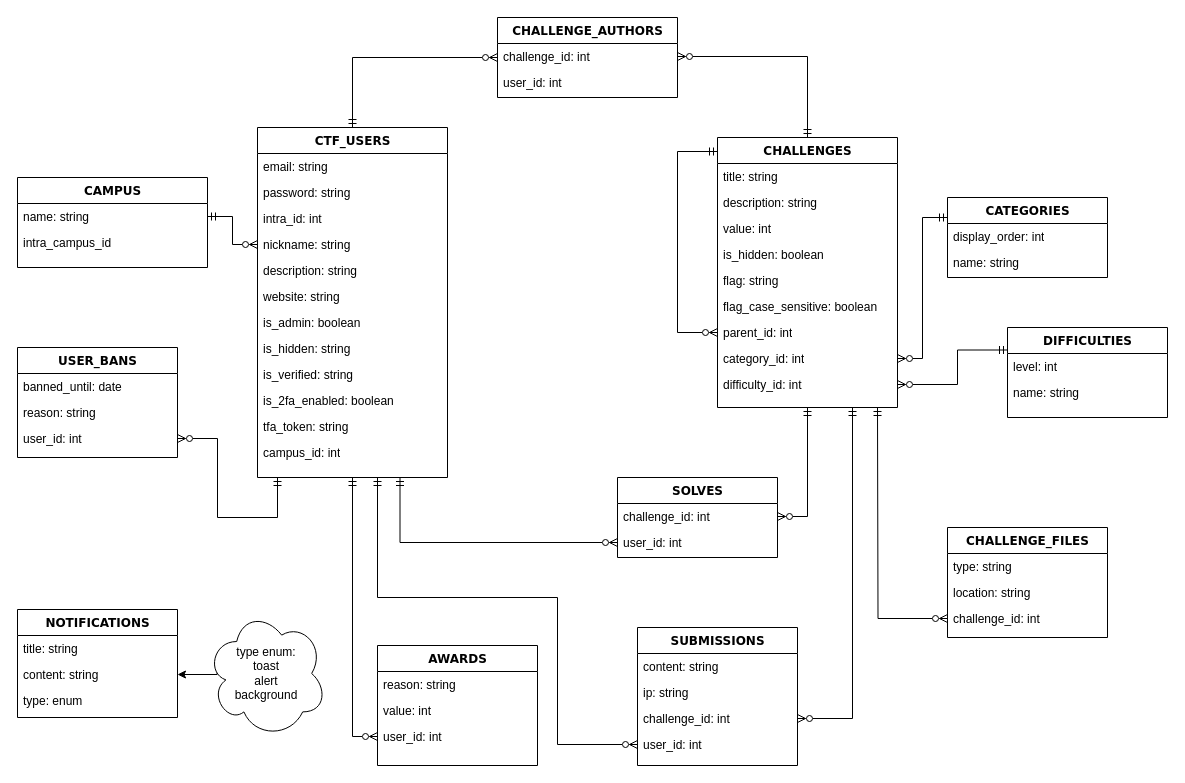
42lctf/42lctfp keeps this draw.io diagram as MCD.drawio. Above is the earlier version. Source tidied: cells renumbered, new cells numbered last; positions are measured from the earlier drawing's top-left corner, leaving out a move shared by most shapes. Both pictures are drawn from the tidied source at 100%, with x=0, y=0 at pixel (17, 17).
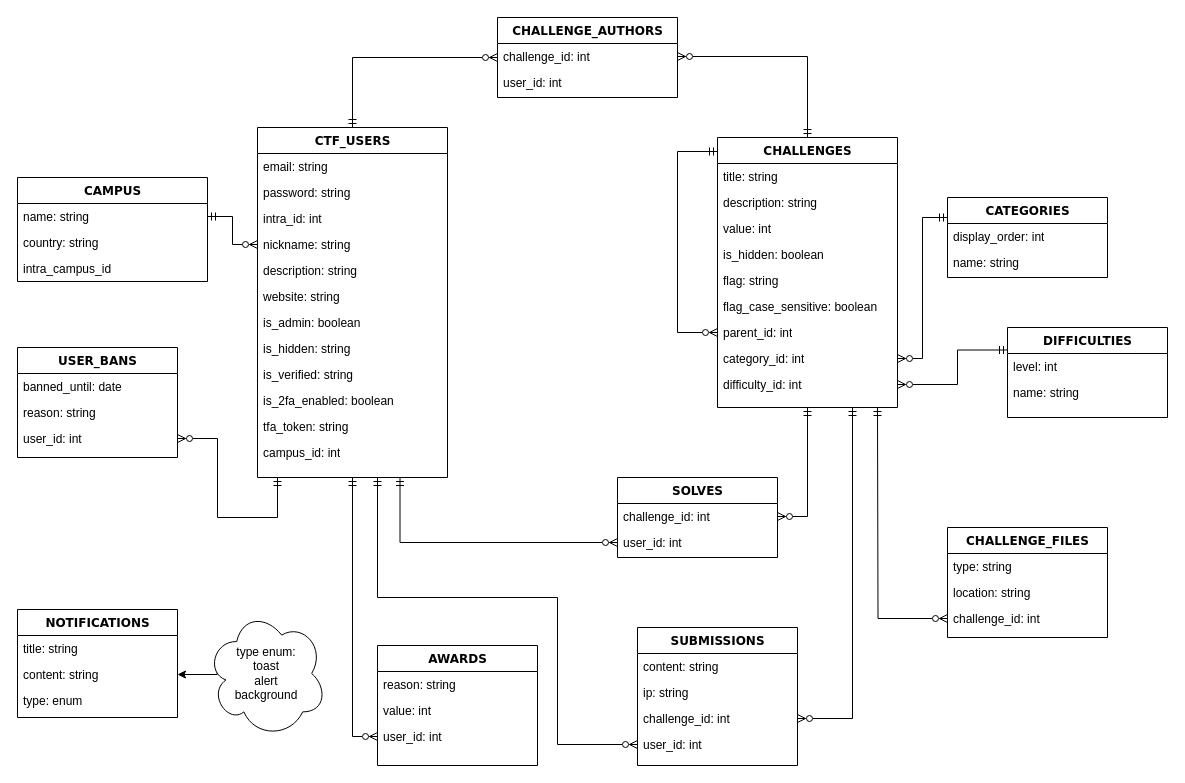
The same diagram, later.

Commit message:
Mettre à jour MCD.drawio

What changed in the source:
```diff
@@
     <mxCell id="26" value="CAMPUS" style="swimlane;html=1;fontStyle=1;align=center;verticalAlign=top;horizontal=1;startSize=26;swimlaneFillColor=#ffffff;rounded=0;shadow=0;comic=0;labelBackgroundColor=none;strokeWidth=1;fillColor=none;fontFamily=Verdana;fontSize=12;" parent="1" vertex="1">
-      <mxGeometry y="160" width="190" height="90" as="geometry" />
+      <mxGeometry y="160" width="190" height="104" as="geometry" />
     </mxCell>
@@
+    <mxCell id="76" value="country: string" style="text;html=1;strokeColor=none;fillColor=none;align=left;verticalAlign=top;spacingLeft=4;spacingRight=4;whiteSpace=wrap;overflow=hidden;" parent="26" vertex="1">
+      <mxGeometry y="52" width="190" height="26" as="geometry" />
+    </mxCell>
     <mxCell id="28" value="intra_campus_id" style="text;html=1;strokeColor=none;fillColor=none;align=left;verticalAlign=top;spacingLeft=4;spacingRight=4;whiteSpace=wrap;overflow=hidden;" parent="26" vertex="1">
-      <mxGeometry y="52" width="190" height="26" as="geometry" />
+      <mxGeometry y="78" width="190" height="26" as="geometry" />
     </mxCell>
```
